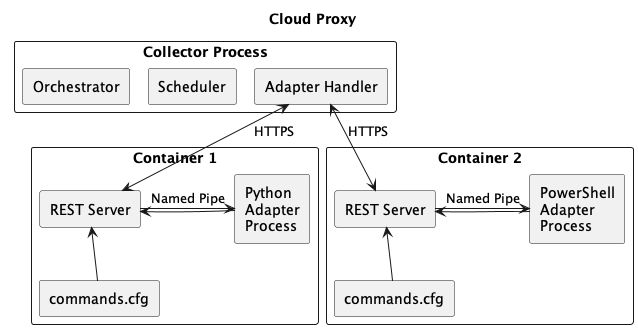
This is doc/cloud-proxy-components.png from vmware/vmware-aria-operations-integration-sdk, a PlantUML export, as it was before one commit. Source of this version:
```plantuml
@startuml
!pragma layout smetana
title "Cloud Proxy"
skinparam componentStyle rectangle

 component "Collector Process" {
    [Adapter Handler] as ah
    [Scheduler] as s
    [Orchestrator] as o
}
component "Container 1" as c1 {
    [commands.cfg] as c1c
    [Python\nAdapter\nProcess] as c1a
    [REST Server] as c1r
}
component "Container 2" as c2 {
    [commands.cfg] as c2c
    [PowerShell\nAdapter\nProcess] as c2a
    [REST Server] as c2r
}


ah <--> c1r : HTTPS
c1r <-d- c1c
c1r -> c1a : Named Pipe
c1r <- c1a

ah <--> c2r : HTTPS
c2r <-d- c2c
c2r -> c2a : Named Pipe
c2r <- c2a
@enduml
```
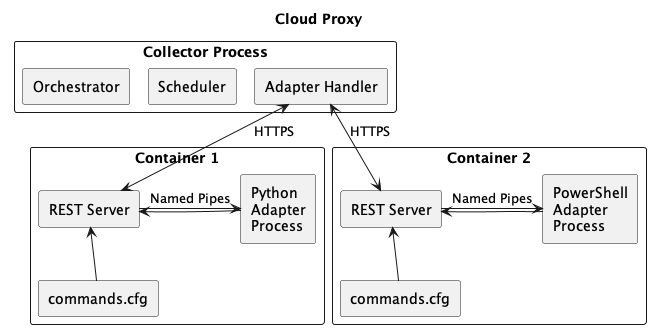
Later version of the same file.

What changed in the source:
```diff
@@ -22,11 +22,11 @@
 
 ah <--> c1r : HTTPS
 c1r <-d- c1c
-c1r -> c1a : Named Pipe
+c1r -> c1a : Named Pipes
 c1r <- c1a
 
 ah <--> c2r : HTTPS
 c2r <-d- c2c
-c2r -> c2a : Named Pipe
+c2r -> c2a : Named Pipes
 c2r <- c2a
 @enduml
```
